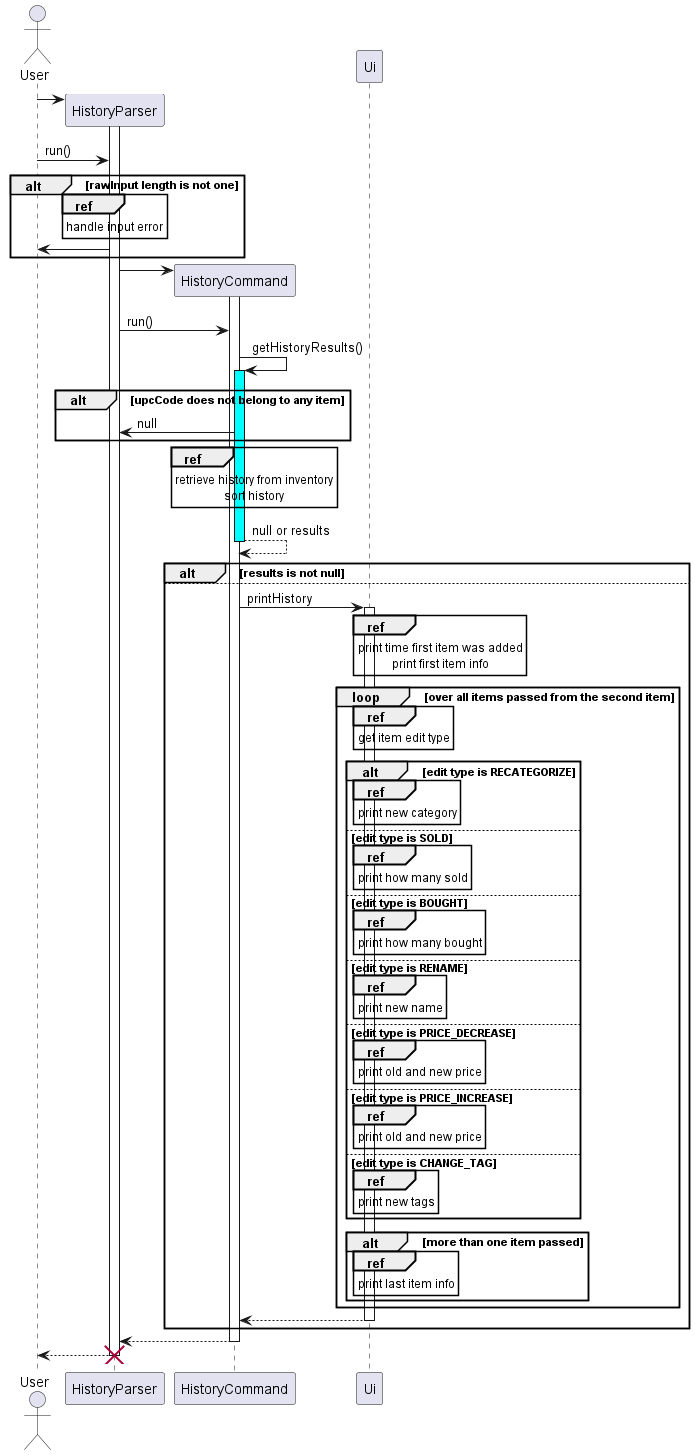
This is docs/UML/History/HistoryParser.png from nus-cs2113-AY2223S2/tp, a PlantUML export, as it was before one commit.
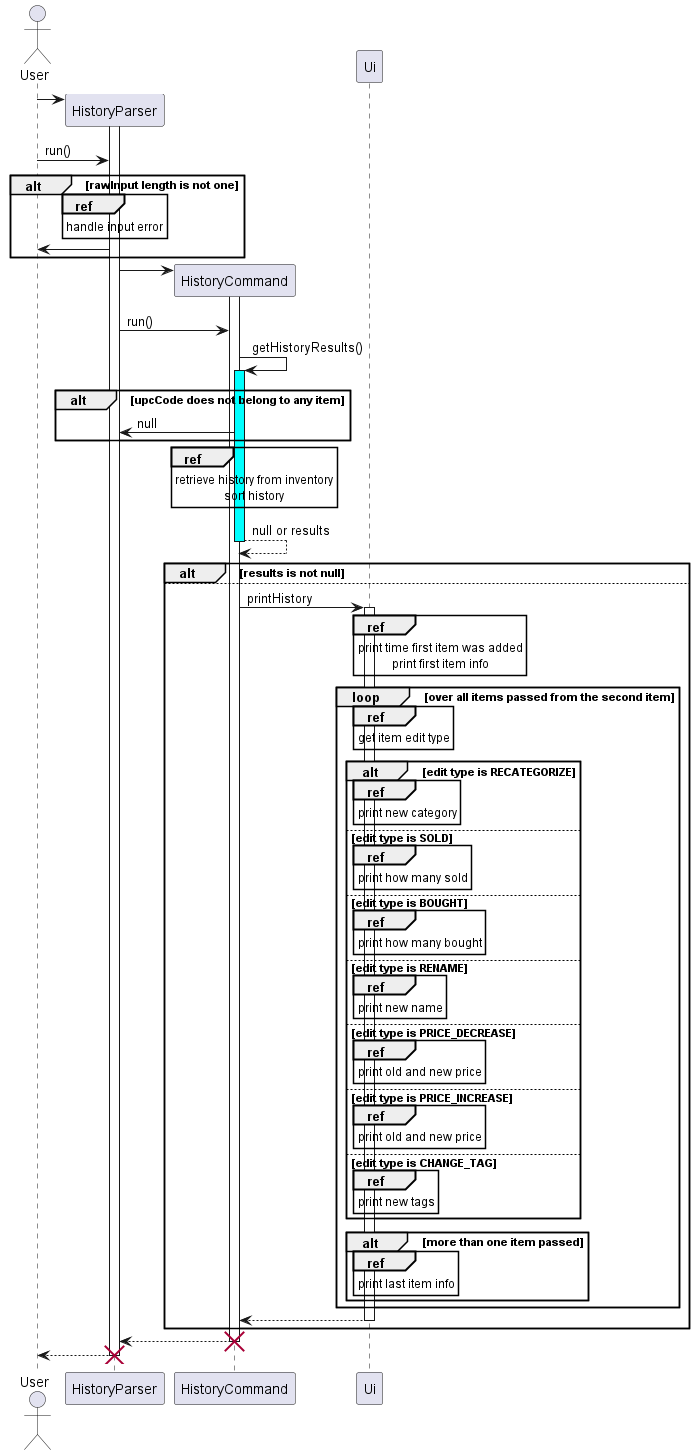
Later version of the same file.

Commit message:
I forgot to destroy historycommand in the uml diagram as I am stoopid

What changed in the source:
```diff
@@ -74,6 +74,7 @@
 return
 end
 return
+destroy HistoryCommand
 return
 destroy HistoryParser
 @enduml
```
